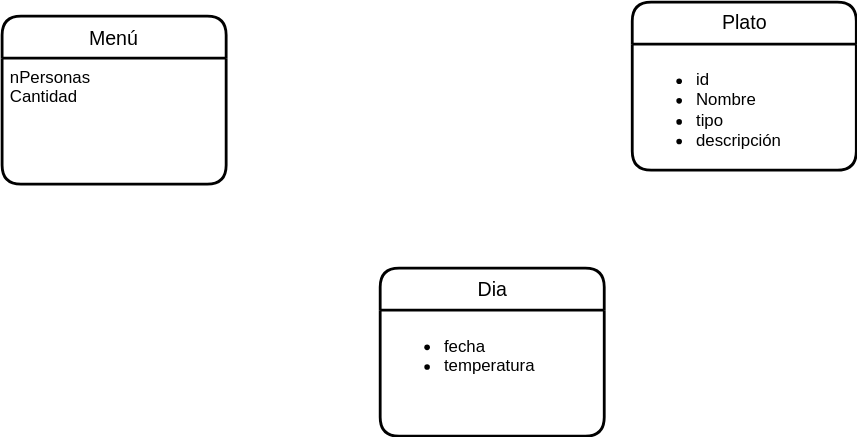
Above: UD12-15.svg in Jimxx22/C3-UD11-UML (draw.io), before the change. Source tidied: cells renumbered, new cells last; positions are measured from the earlier drawing's top-left corner, leaving out a move shared by most shapes.
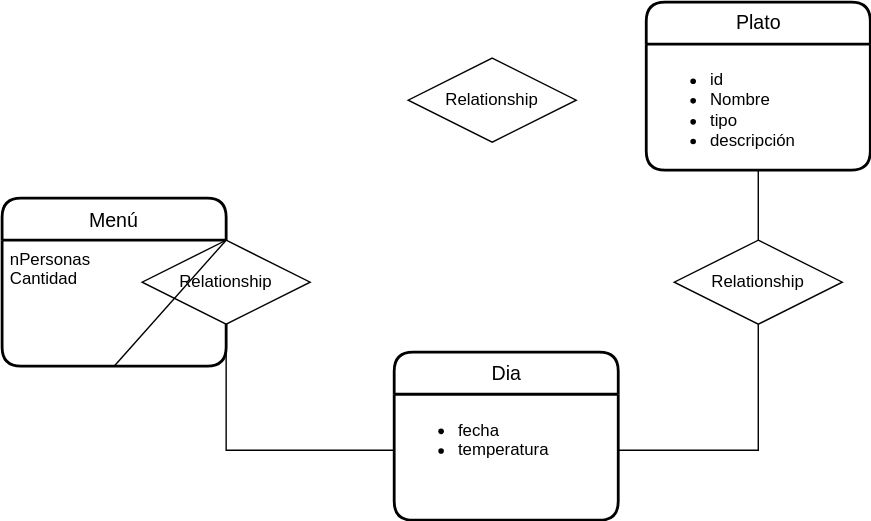
Later version of the same file.

Change to the diagram source:
```diff
@@ -3,7 +3,7 @@
     <mxCell id="0" />
     <mxCell id="1" parent="0" />
     <mxCell id="2" value="Plato" style="swimlane;horizontal=1;startSize=30;rounded=1;fontSize=14;fontStyle=0;strokeWidth=2;shadow=0;dashed=0;align=center;labelBackgroundColor=none;html=1;" parent="1" vertex="1">
-      <mxGeometry x="450" width="160" height="120" as="geometry" />
+      <mxGeometry x="460" y="-130" width="160" height="120" as="geometry" />
     </mxCell>
     <mxCell id="3" value="&lt;ul&gt;&lt;li&gt;id&lt;/li&gt;&lt;li&gt;Nombre&lt;/li&gt;&lt;li&gt;tipo&lt;/li&gt;&lt;li&gt;descripción&lt;/li&gt;&lt;/ul&gt;" style="align=left;strokeColor=none;fillColor=none;spacingLeft=4;fontSize=12;verticalAlign=top;labelBackgroundColor=none;html=1;" parent="2" vertex="1">
       <mxGeometry y="30" width="160" height="90" as="geometry" />
@@ -15,10 +15,41 @@
       <mxGeometry y="30" width="160" height="90" as="geometry" />
     </mxCell>
     <mxCell id="6" value="Dia" style="swimlane;horizontal=1;startSize=30;rounded=1;fontSize=14;fontStyle=0;strokeWidth=2;shadow=0;dashed=0;align=center;labelBackgroundColor=none;html=1;" parent="1" vertex="1">
-      <mxGeometry x="270" y="190" width="160" height="120" as="geometry" />
+      <mxGeometry x="280" y="120" width="160" height="120" as="geometry" />
     </mxCell>
     <mxCell id="7" value="&lt;ul&gt;&lt;li&gt;fecha&lt;/li&gt;&lt;li&gt;temperatura&lt;/li&gt;&lt;/ul&gt;" style="align=left;strokeColor=none;fillColor=none;spacingLeft=4;fontSize=12;verticalAlign=top;labelBackgroundColor=none;html=1;" parent="6" vertex="1">
       <mxGeometry y="30" width="160" height="90" as="geometry" />
     </mxCell>
+    <mxCell id="8" value="Relationship" style="shape=rhombus;perimeter=rhombusPerimeter;whiteSpace=wrap;html=1;align=center;labelBackgroundColor=none;" parent="1" vertex="1">
+      <mxGeometry x="100" y="40" width="120" height="60" as="geometry" />
+    </mxCell>
+    <mxCell id="9" value="Relationship" style="shape=rhombus;perimeter=rhombusPerimeter;whiteSpace=wrap;html=1;align=center;labelBackgroundColor=none;" parent="1" vertex="1">
+      <mxGeometry x="290" y="-90" width="120" height="60" as="geometry" />
+    </mxCell>
+    <mxCell id="10" value="Relationship" style="shape=rhombus;perimeter=rhombusPerimeter;whiteSpace=wrap;html=1;align=center;labelBackgroundColor=none;" parent="1" vertex="1">
+      <mxGeometry x="480" y="40" width="120" height="60" as="geometry" />
+    </mxCell>
+    <mxCell id="11" style="endArrow=none;html=1;rounded=0;labelBackgroundColor=none;exitX=0.5;exitY=1;exitDx=0;exitDy=0;" parent="1" edge="1" source="8">
+      <mxGeometry relative="1" as="geometry">
+        <mxPoint x="280" y="190" as="targetPoint" />
+        <Array as="points">
+          <mxPoint x="160" y="190" />
+        </Array>
+      </mxGeometry>
+    </mxCell>
+    <mxCell id="12" style="endArrow=none;html=1;rounded=0;labelBackgroundColor=none;exitX=0.5;exitY=0;exitDx=0;exitDy=0;entryX=0.5;entryY=1;entryDx=0;entryDy=0;" parent="1" edge="1" source="8" target="5">
+      <mxGeometry relative="1" as="geometry" />
+    </mxCell>
+    <mxCell id="13" style="endArrow=none;html=1;rounded=0;labelBackgroundColor=none;exitX=0.5;exitY=1;exitDx=0;exitDy=0;" parent="1" edge="1" source="10">
+      <mxGeometry relative="1" as="geometry">
+        <mxPoint x="440" y="190" as="targetPoint" />
+        <Array as="points">
+          <mxPoint x="540" y="190" />
+        </Array>
+      </mxGeometry>
+    </mxCell>
+    <mxCell id="14" style="endArrow=none;html=1;rounded=0;labelBackgroundColor=none;entryX=0.5;entryY=0;entryDx=0;entryDy=0;exitX=0.5;exitY=1;exitDx=0;exitDy=0;" parent="1" edge="1" source="3" target="10">
+      <mxGeometry relative="1" as="geometry" />
+    </mxCell>
   </root>
 </mxGraphModel>
```
